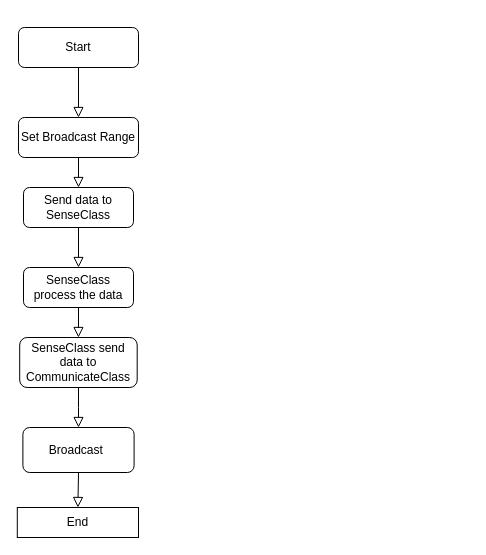
Above: _data/Broadcast Diagram.drawio in swsamleo/wei_shao.github.io (draw.io), before the change. Source tidied: cells renumbered, new cells numbered last; positions are measured from the earlier drawing's top-left corner, leaving out a move shared by most shapes. Both pictures are drawn from the tidied source at 100%, with x=0, y=0 at pixel (17, 27).
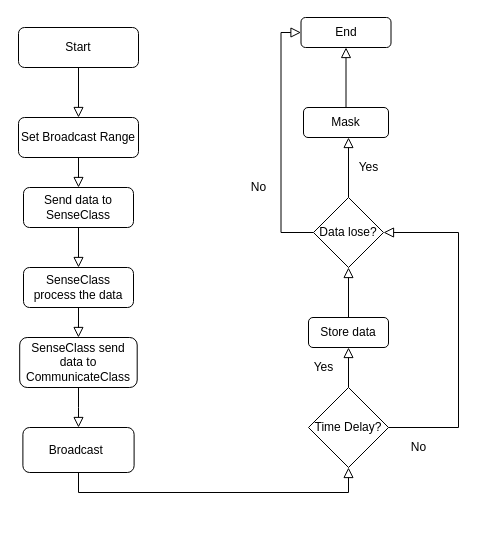
The same page after the edit.

Unchanged cells that the change refers to:
```xml
<mxCell id="13" value="Broadcast&amp;nbsp;" style="rounded=1;whiteSpace=wrap;html=1;" parent="1" vertex="1">
  <mxGeometry x="5.4" y="400" width="111.2" height="45" as="geometry" />
</mxCell>
```

What changed in the source:
```diff
@@
-    <mxCell id="12" style="edgeStyle=orthogonalEdgeStyle;rounded=0;jettySize=auto;html=1;exitX=0.5;exitY=1;exitDx=0;exitDy=0;endArrow=block;endFill=0;endSize=8;entryX=0.5;entryY=0;entryDx=0;entryDy=0;" parent="1" edge="1" source="13" target="14">
-      <mxGeometry relative="1" as="geometry" />
+    <mxCell id="12" style="edgeStyle=orthogonalEdgeStyle;rounded=0;jettySize=auto;html=1;exitX=0.5;exitY=1;exitDx=0;exitDy=0;endArrow=block;endFill=0;endSize=8;entryX=0.5;entryY=1;entryDx=0;entryDy=0;" parent="1" edge="1" source="13">
+      <mxGeometry relative="1" as="geometry">
+        <mxPoint x="331" y="440" as="targetPoint" />
+        <Array as="points">
+          <mxPoint x="61" y="465" />
+          <mxPoint x="331" y="465" />
+        </Array>
+      </mxGeometry>
     </mxCell>
@@
+    <mxCell id="15" style="edgeStyle=orthogonalEdgeStyle;rounded=0;jettySize=auto;html=1;endArrow=block;endFill=0;endSize=8;" parent="1" edge="1" source="17">
+      <mxGeometry relative="1" as="geometry">
+        <mxPoint x="331" y="320" as="targetPoint" />
+        <Array as="points">
+          <mxPoint x="331" y="320" />
+          <mxPoint x="331" y="320" />
+        </Array>
+      </mxGeometry>
+    </mxCell>
+    <mxCell id="16" style="edgeStyle=orthogonalEdgeStyle;rounded=0;jettySize=auto;html=1;endArrow=block;endFill=0;endSize=8;entryX=1;entryY=0.5;entryDx=0;entryDy=0;" parent="1" edge="1" source="17" target="24">
+      <mxGeometry relative="1" as="geometry">
+        <Array as="points">
+          <mxPoint x="441" y="400" />
+          <mxPoint x="441" y="205" />
+        </Array>
+      </mxGeometry>
+    </mxCell>
+    <mxCell id="17" value="Time Delay?" style="rhombus;whiteSpace=wrap;html=1;" parent="1" vertex="1">
+      <mxGeometry x="291" y="360" width="80" height="80" as="geometry" />
+    </mxCell>
+    <mxCell id="18" value="Yes" style="text;html=1;align=center;verticalAlign=middle;strokeColor=none;fillColor=none;" parent="1" vertex="1">
+      <mxGeometry x="291" y="330" width="30" height="20" as="geometry" />
+    </mxCell>
+    <mxCell id="19" style="edgeStyle=orthogonalEdgeStyle;rounded=0;jettySize=auto;html=1;exitX=0.5;exitY=0;exitDx=0;exitDy=0;endArrow=block;endFill=0;endSize=8;" parent="1" edge="1" source="20">
+      <mxGeometry relative="1" as="geometry">
+        <mxPoint x="331" y="240" as="targetPoint" />
+      </mxGeometry>
+    </mxCell>
+    <mxCell id="20" value="Store data" style="rounded=1;whiteSpace=wrap;html=1;" parent="1" vertex="1">
+      <mxGeometry x="291" y="290" width="80" height="30" as="geometry" />
+    </mxCell>
+    <mxCell id="21" value="No" style="text;html=1;align=center;verticalAlign=middle;strokeColor=none;fillColor=none;" parent="1" vertex="1">
+      <mxGeometry x="386" y="410" width="30" height="20" as="geometry" />
+    </mxCell>
+    <mxCell id="22" style="edgeStyle=orthogonalEdgeStyle;rounded=0;jettySize=auto;html=1;exitX=0;exitY=0.5;exitDx=0;exitDy=0;endArrow=block;endFill=0;endSize=8;entryX=0;entryY=0.5;entryDx=0;entryDy=0;" parent="1" edge="1" source="24" target="14">
+      <mxGeometry relative="1" as="geometry" />
+    </mxCell>
+    <mxCell id="23" style="edgeStyle=orthogonalEdgeStyle;rounded=0;jettySize=auto;html=1;exitX=0.5;exitY=0;exitDx=0;exitDy=0;endArrow=block;endFill=0;endSize=8;" parent="1" edge="1" source="24">
+      <mxGeometry relative="1" as="geometry">
+        <mxPoint x="331" y="110" as="targetPoint" />
+        <Array as="points">
+          <mxPoint x="331" y="110" />
+          <mxPoint x="331" y="110" />
+        </Array>
+      </mxGeometry>
+    </mxCell>
+    <mxCell id="24" value="Data lose?" style="rhombus;whiteSpace=wrap;html=1;" parent="1" vertex="1">
+      <mxGeometry x="296" y="170" width="70" height="70" as="geometry" />
+    </mxCell>
+    <mxCell id="25" value="No" style="text;html=1;align=center;verticalAlign=middle;strokeColor=none;fillColor=none;" parent="1" vertex="1">
+      <mxGeometry x="226" y="150" width="30" height="20" as="geometry" />
+    </mxCell>
+    <mxCell id="26" value="Yes" style="text;html=1;align=center;verticalAlign=middle;strokeColor=none;fillColor=none;" parent="1" vertex="1">
+      <mxGeometry x="336" y="130" width="30" height="20" as="geometry" />
+    </mxCell>
+    <mxCell id="27" style="edgeStyle=orthogonalEdgeStyle;rounded=0;jettySize=auto;html=1;endArrow=block;endFill=0;endSize=8;entryX=0.5;entryY=1;entryDx=0;entryDy=0;" parent="1" edge="1" source="28" target="14">
+      <mxGeometry relative="1" as="geometry" />
+    </mxCell>
+    <mxCell id="28" value="Mask" style="rounded=1;whiteSpace=wrap;html=1;" parent="1" vertex="1">
+      <mxGeometry x="286" y="80" width="85" height="30" as="geometry" />
+    </mxCell>
-    <mxCell id="14" value="End" style="whiteSpace=wrap;html=1;" parent="1" vertex="1">
-      <mxGeometry x="-0.2" y="480" width="121.2" height="30" as="geometry" />
+    <mxCell id="14" value="End" style="rounded=1;whiteSpace=wrap;html=1;" parent="1" vertex="1">
+      <mxGeometry x="283.5" y="-10" width="90" height="30" as="geometry" />
     </mxCell>
```
